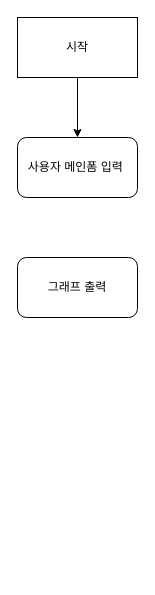
Before: 기능흐름도.drawio in Junhyeong1107/Architect, a draw.io diagram. Source tidied: cells renumbered, new cells numbered last; positions are measured from the earlier drawing's top-left corner, leaving out a move shared by most shapes. Both pictures are drawn from the tidied source at 100%, with x=0, y=0 at pixel (17, 17).
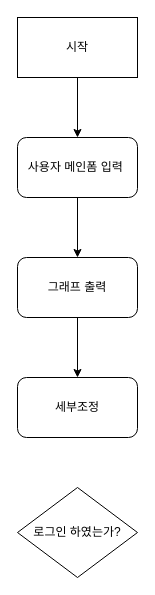
The same diagram, later.

Commit message:
기능흐름도.drawio 업데이트

Change to the diagram source:
```diff
@@
 <mxGraphModel>
   <root>
     <mxCell id="0" />
     <mxCell id="1" parent="0" />
     <mxCell id="2" style="edgeStyle=orthogonalEdgeStyle;rounded=0;jettySize=auto;html=1;exitX=0.5;exitY=1;exitDx=0;exitDy=0;entryX=0.5;entryY=0;entryDx=0;entryDy=0;" parent="1" edge="1" source="3" target="4">
       <mxGeometry relative="1" as="geometry" />
     </mxCell>
     <mxCell id="3" value="시작" style="rounded=0;whiteSpace=wrap;html=1;" parent="1" vertex="1">
       <mxGeometry width="120" height="60" as="geometry" />
     </mxCell>
+    <mxCell id="6" style="edgeStyle=orthogonalEdgeStyle;rounded=0;jettySize=auto;html=1;" parent="1" edge="1" source="4" target="5">
+      <mxGeometry relative="1" as="geometry" />
+    </mxCell>
     <mxCell id="4" value="사용자 메인폼 입력&amp;nbsp;" style="rounded=1;whiteSpace=wrap;html=1;" parent="1" vertex="1">
       <mxGeometry y="120" width="120" height="60" as="geometry" />
     </mxCell>
+    <mxCell id="7" style="edgeStyle=orthogonalEdgeStyle;rounded=0;jettySize=auto;html=1;" parent="1" edge="1" source="5" target="8">
+      <mxGeometry relative="1" as="geometry" />
+    </mxCell>
     <mxCell id="5" value="그래프 출력" style="rounded=1;whiteSpace=wrap;html=1;" parent="1" vertex="1">
       <mxGeometry y="240" width="120" height="60" as="geometry" />
     </mxCell>
+    <mxCell id="8" value="세부조정" style="rounded=1;whiteSpace=wrap;html=1;" parent="1" vertex="1">
+      <mxGeometry y="360" width="120" height="60" as="geometry" />
+    </mxCell>
+    <mxCell id="9" value="로그인 하였는가?" style="rhombus;whiteSpace=wrap;html=1;" parent="1" vertex="1">
+      <mxGeometry y="470" width="120" height="90" as="geometry" />
+    </mxCell>
   </root>
 </mxGraphModel>
```
